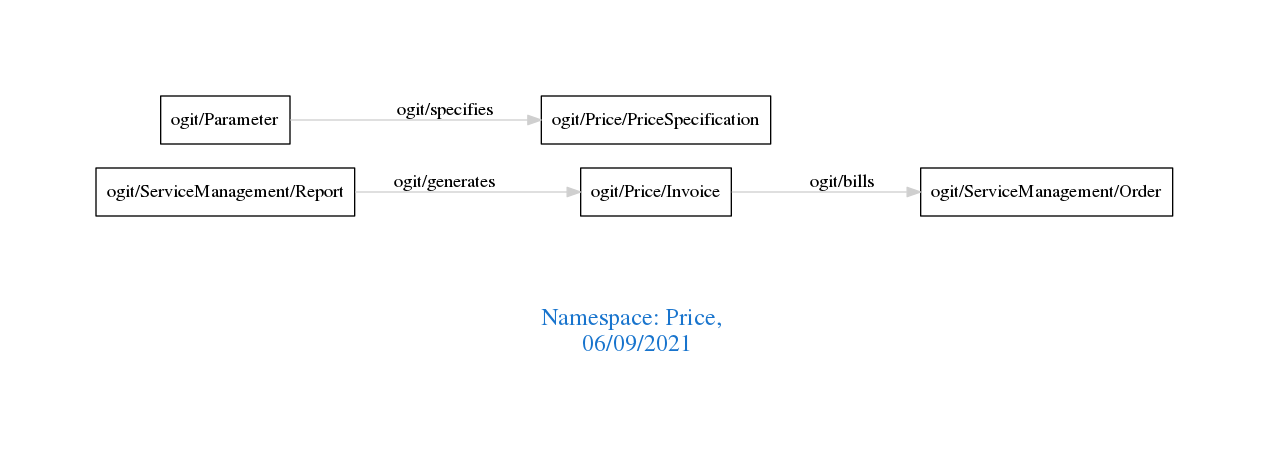
Above: downloads/Price.png in arago/OGIT (Graphviz), before the change. Its source is kept beside it as downloads/Price.dot.
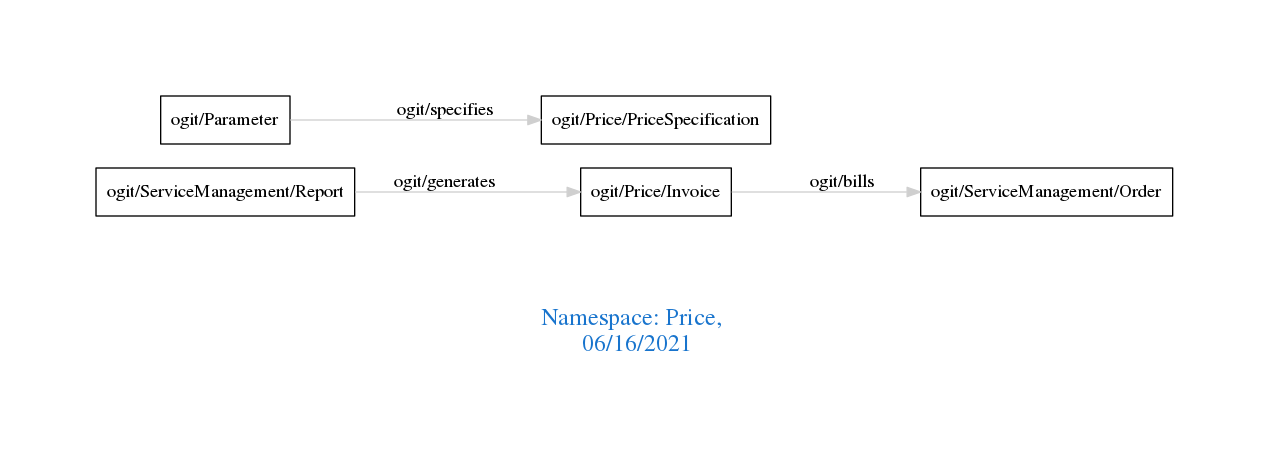
The same file after the commit.

The edit, as a diff of the source:
```diff
@@ -1,7 +1,7 @@
 digraph OGIT_ontology {
  graph [ rankdir= LR,pad=1
 fontsize = 18,
-fontcolor= dodgerblue3,label = "\n\n\nNamespace: Price, \n 06/09/2021"];
+fontcolor= dodgerblue3,label = "\n\n\nNamespace: Price, \n 06/16/2021"];
 node[shape=polygon];
 edge [  color="gray81"];
 
```
